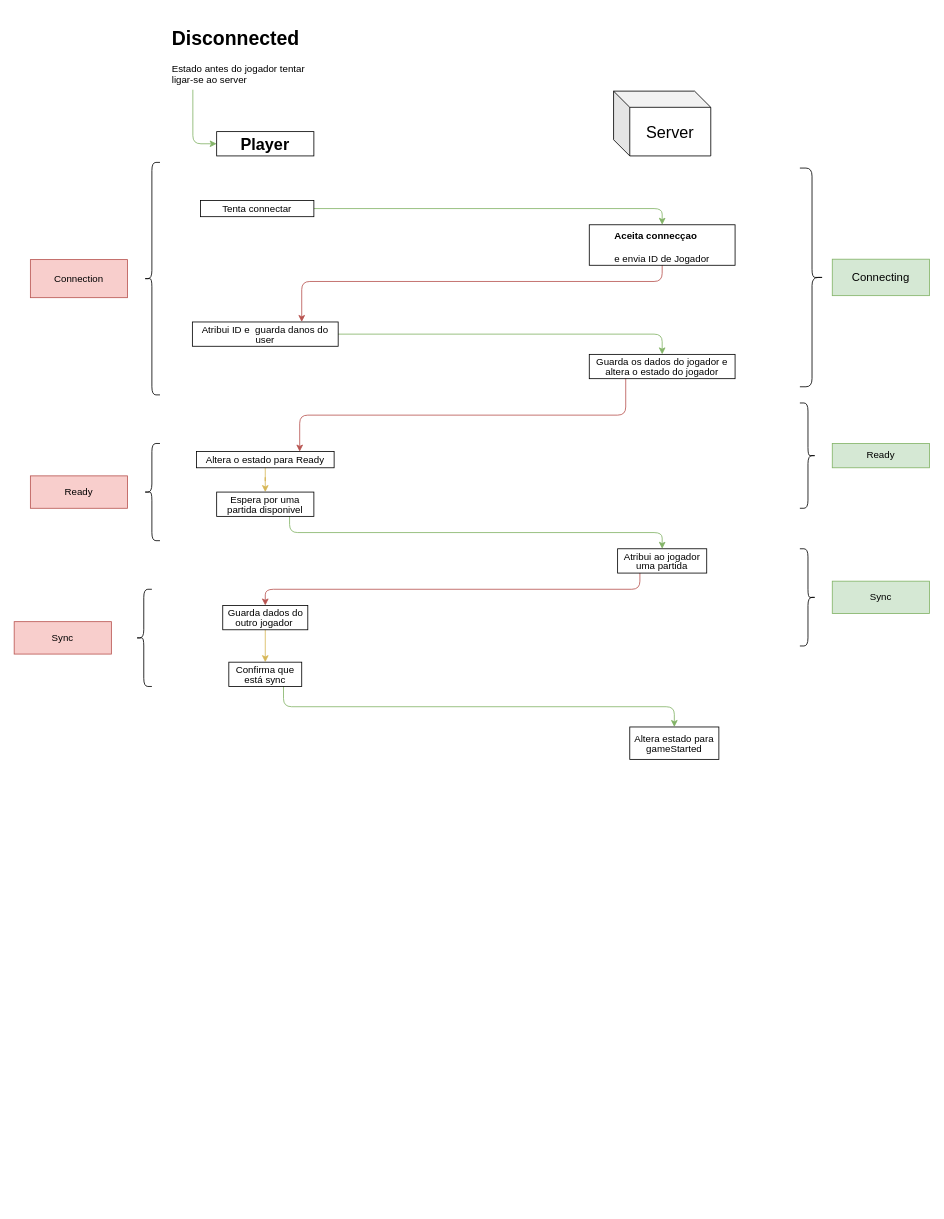
Above: develop/diagrams/GameState Diagram.drawio in ninjanazal/Cutlery-Adventures (draw.io), before the change. Source tidied: cells renumbered, new cells numbered last; positions are measured from the earlier drawing's top-left corner, leaving out a move shared by most shapes. Both pictures are drawn from the tidied source at 81%, with x=0, y=0 at pixel (14, 22).
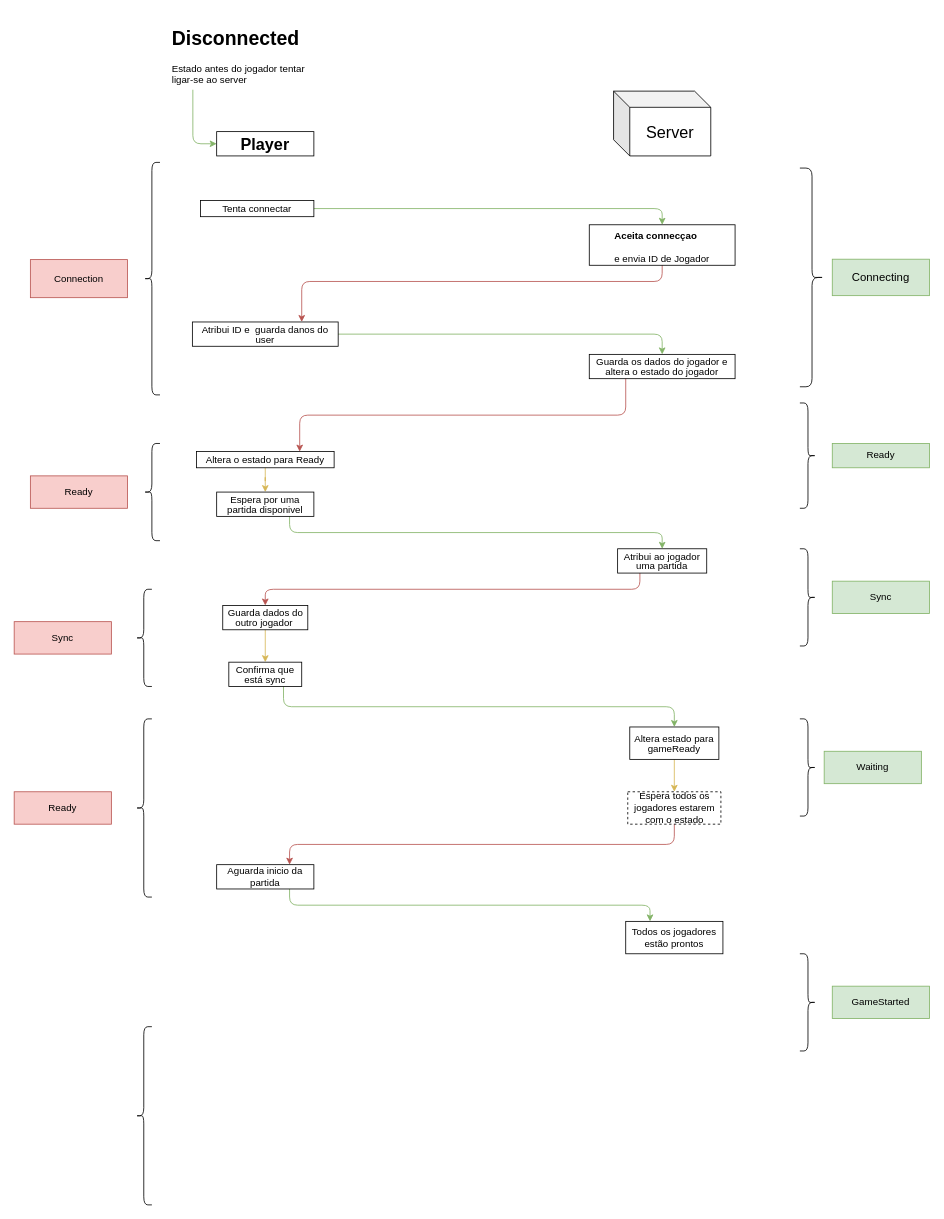
Above is the later version.

Commit message:
Update:: Diagrama de logica do Server

Diff of the diagram source:
```diff
@@
+    <mxCell id="37" style="edgeStyle=orthogonalEdgeStyle;rounded=0;jettySize=auto;html=1;exitX=0.5;exitY=1;exitDx=0;exitDy=0;fillColor=#fff2cc;strokeColor=#d6b656;" parent="1" edge="1" source="36" target="39">
+      <mxGeometry relative="1" as="geometry" />
+    </mxCell>
-    <mxCell id="36" value="&lt;p style=&quot;line-height: 100%&quot;&gt;Altera estado para gameStarted&lt;/p&gt;" style="text;html=1;strokeColor=#000000;fillColor=none;align=center;verticalAlign=middle;whiteSpace=wrap;rounded=0;fontFamily=Helvetica;fontColor=#000000;" parent="1" vertex="1">
+    <mxCell id="36" value="&lt;p style=&quot;line-height: 100%&quot;&gt;Altera estado para gameReady&lt;/p&gt;" style="text;html=1;strokeColor=#000000;fillColor=none;align=center;verticalAlign=middle;whiteSpace=wrap;rounded=0;fontFamily=Helvetica;fontColor=#000000;" parent="1" vertex="1">
       <mxGeometry x="760" y="870" width="110" height="40" as="geometry" />
     </mxCell>
+    <mxCell id="38" style="edgeStyle=orthogonalEdgeStyle;rounded=1;jettySize=auto;html=1;exitX=0.5;exitY=1;exitDx=0;exitDy=0;entryX=0.75;entryY=0;entryDx=0;entryDy=0;fillColor=#f8cecc;strokeColor=#b85450;" parent="1" edge="1" source="39" target="43">
+      <mxGeometry relative="1" as="geometry" />
+    </mxCell>
+    <mxCell id="39" value="Espera todos os jogadores estarem com o estado" style="rounded=0;whiteSpace=wrap;html=1;dashed=1;fillColor=none;" parent="1" vertex="1">
+      <mxGeometry x="757.5" y="950" width="115" height="40" as="geometry" />
+    </mxCell>
+    <mxCell id="40" style="shape=curlyBracket;whiteSpace=wrap;html=1;rounded=1;direction=west;" parent="1" vertex="1">
+      <mxGeometry x="970" y="860" width="20" height="120" as="geometry" />
+    </mxCell>
+    <mxCell id="41" value="Waiting" style="rounded=0;whiteSpace=wrap;html=1;strokeColor=#82b366;fontFamily=Helvetica;fillColor=#d5e8d4;" parent="1" vertex="1">
+      <mxGeometry x="1000" y="900" width="120" height="40" as="geometry" />
+    </mxCell>
+    <mxCell id="42" style="edgeStyle=orthogonalEdgeStyle;rounded=1;jettySize=auto;html=1;exitX=0.75;exitY=1;exitDx=0;exitDy=0;entryX=0.25;entryY=0;entryDx=0;entryDy=0;fillColor=#d5e8d4;strokeColor=#82b366;" parent="1" edge="1" source="43" target="44">
+      <mxGeometry relative="1" as="geometry" />
+    </mxCell>
+    <mxCell id="43" value="Aguarda inicio da partida" style="rounded=0;whiteSpace=wrap;html=1;fillColor=none;" parent="1" vertex="1">
+      <mxGeometry x="250" y="1040" width="120" height="30" as="geometry" />
+    </mxCell>
+    <mxCell id="44" value="Todos os jogadores estão prontos" style="rounded=0;whiteSpace=wrap;html=1;fillColor=none;" parent="1" vertex="1">
+      <mxGeometry x="755" y="1110" width="120" height="40" as="geometry" />
+    </mxCell>
+    <mxCell id="45" style="shape=curlyBracket;whiteSpace=wrap;html=1;rounded=1;strokeColor=#000000;fontFamily=Helvetica;fontColor=#000000;" parent="1" vertex="1">
+      <mxGeometry x="150" y="860" width="20" height="220" as="geometry" />
+    </mxCell>
+    <mxCell id="46" value="Ready" style="rounded=0;whiteSpace=wrap;html=1;strokeColor=#b85450;fontFamily=Helvetica;fillColor=#f8cecc;" parent="1" vertex="1">
+      <mxGeometry y="950" width="120" height="40" as="geometry" />
+    </mxCell>
+    <mxCell id="47" style="shape=curlyBracket;whiteSpace=wrap;html=1;rounded=1;direction=west;" parent="1" vertex="1">
+      <mxGeometry x="970" y="1150" width="20" height="120" as="geometry" />
+    </mxCell>
+    <mxCell id="48" value="GameStarted" style="rounded=0;whiteSpace=wrap;html=1;strokeColor=#82b366;fontFamily=Helvetica;fillColor=#d5e8d4;" parent="1" vertex="1">
+      <mxGeometry x="1010" y="1190" width="120" height="40" as="geometry" />
+    </mxCell>
+    <mxCell id="49" style="shape=curlyBracket;whiteSpace=wrap;html=1;rounded=1;strokeColor=#000000;fontFamily=Helvetica;fontColor=#000000;" parent="1" vertex="1">
+      <mxGeometry x="150" y="1240" width="20" height="220" as="geometry" />
+    </mxCell>
```
